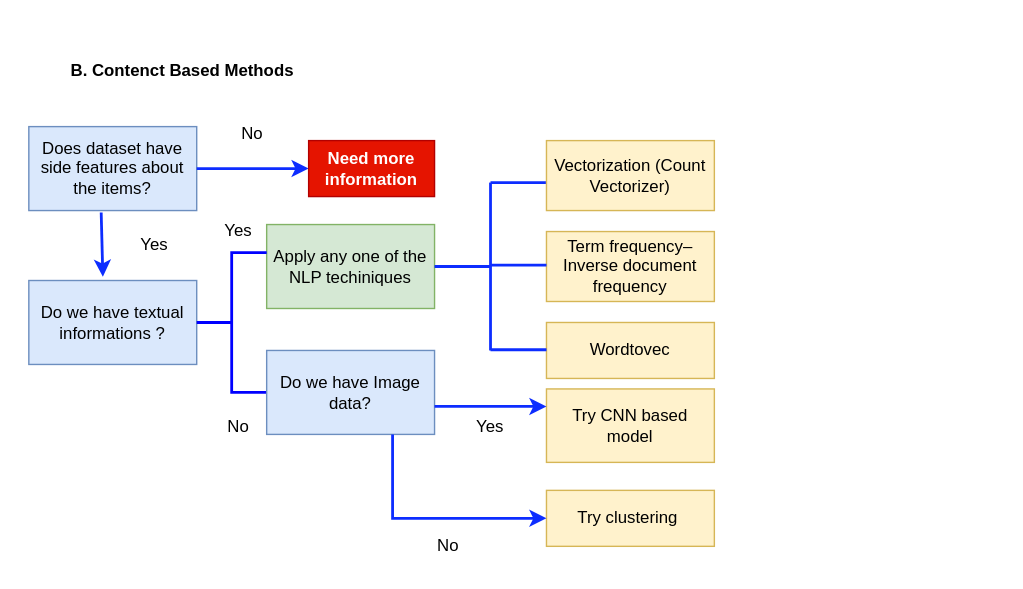
Before: images/contant based method.svg, a diagram exported from draw.io (csekankan/MTP-Recommender). Source tidied: cells renumbered, new cells last; positions are measured from the earlier drawing's top-left corner, leaving out a move shared by most shapes.
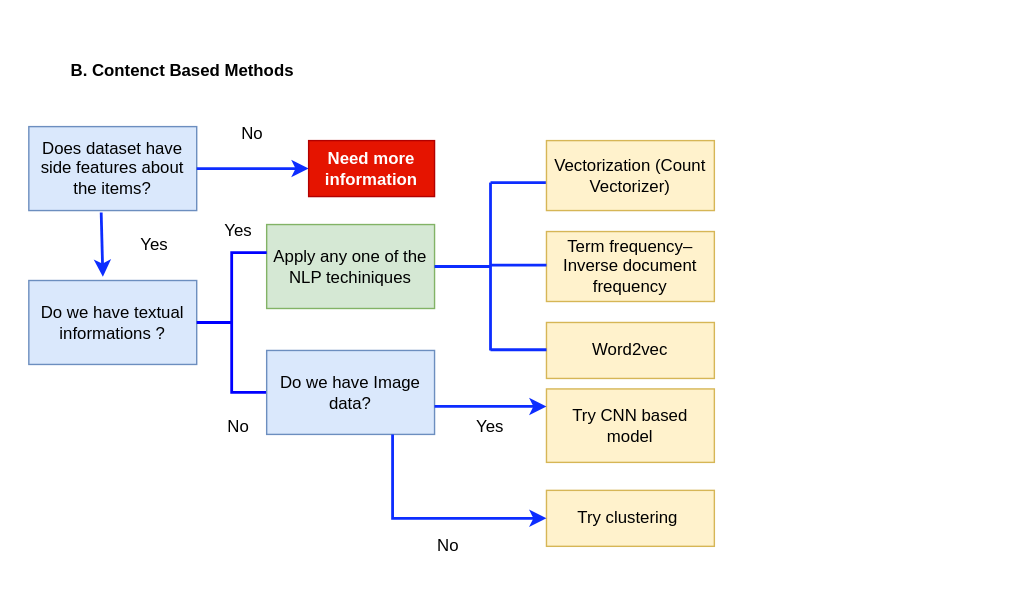
Later version of the same file.

What changed in the source:
```diff
@@ -67,7 +67,7 @@
     <mxCell id="20" value="Term frequency–Inverse document frequency" style="rounded=0;whiteSpace=wrap;html=1;fontSize=12;strokeColor=#d6b656;fillColor=#fff2cc;" parent="1" vertex="1">
       <mxGeometry x="390" y="165" width="120" height="50" as="geometry" />
     </mxCell>
-    <mxCell id="21" value="Wordtovec" style="rounded=0;whiteSpace=wrap;html=1;fontSize=12;strokeColor=#d6b656;fillColor=#fff2cc;" parent="1" vertex="1">
+    <mxCell id="21" value="Word2vec" style="rounded=0;whiteSpace=wrap;html=1;fontSize=12;strokeColor=#d6b656;fillColor=#fff2cc;" parent="1" vertex="1">
       <mxGeometry x="390" y="230" width="120" height="40" as="geometry" />
     </mxCell>
     <mxCell id="22" style="endArrow=none;html=1;rounded=0;fontSize=12;strokeColor=#0D2DFF;strokeWidth=2;" parent="1" edge="1">
```
